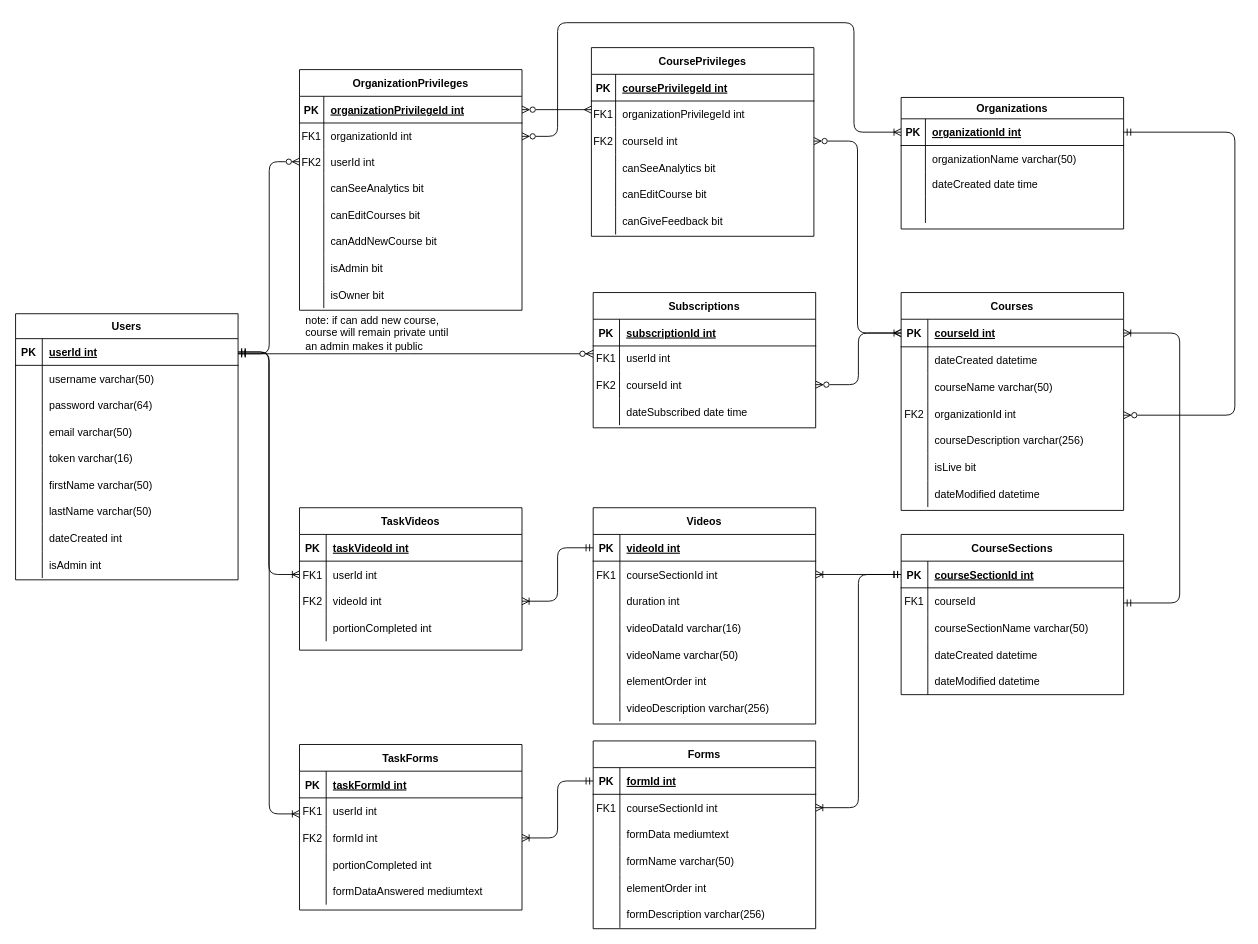
Earlier version of the draw.io diagram docs/MOOC.drawio (Chai112/MOOC). Source tidied: cells renumbered, new cells numbered last; positions are measured from the earlier drawing's top-left corner, leaving out a move shared by most shapes. Both pictures are drawn from the tidied source at 89%, with x=0, y=0 at pixel (15, 22).
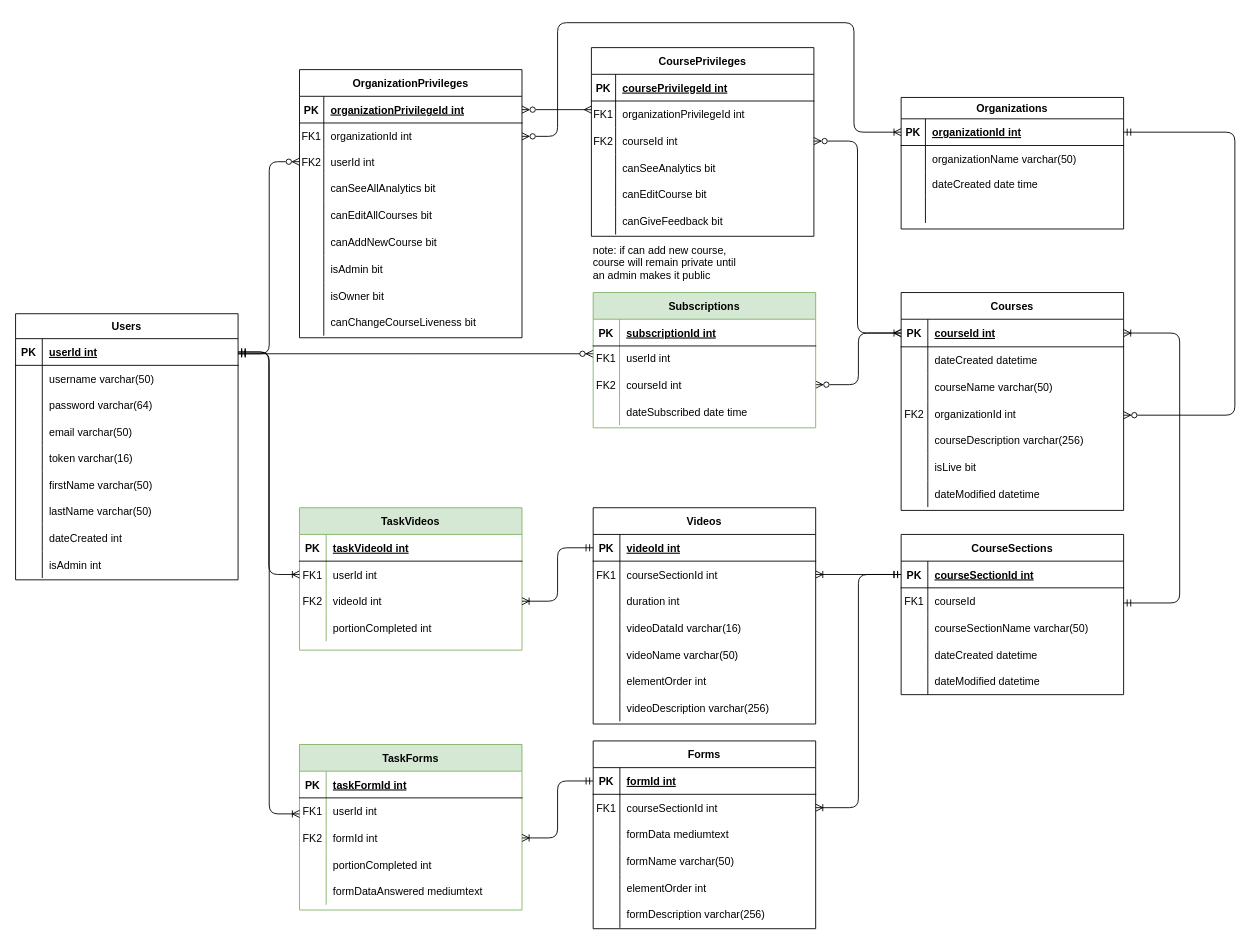
The same diagram, later.

The change refers to these unchanged cells:
```xml
<mxCell id="184" style="shape=partialRectangle;fillColor=none;top=0;left=0;right=0;bottom=0;" parent="174" vertex="1">
  <mxGeometry y="117" width="250" height="31" as="geometry" />
</mxCell>
```

The edit, as a diff of the source:
```diff
@@
-    <mxCell id="4" value="Subscriptions" style="shape=table;startSize=30;childLayout=tableLayout;rowLines=0;fontStyle=1;align=center;" parent="1" vertex="1">
+    <mxCell id="4" value="Subscriptions" style="shape=table;startSize=30;childLayout=tableLayout;rowLines=0;fontStyle=1;align=center;fillColor=#d5e8d4;strokeColor=#82b366;" parent="1" vertex="1">
       <mxGeometry x="649" y="303.2" width="250" height="152" as="geometry" />
     </mxCell>
@@
-    <mxCell id="127" value="TaskVideos" style="shape=table;startSize=30;childLayout=tableLayout;rowLines=0;fontStyle=1;align=center;" parent="1" vertex="1">
+    <mxCell id="127" value="TaskVideos" style="shape=table;startSize=30;childLayout=tableLayout;rowLines=0;fontStyle=1;align=center;fillColor=#d5e8d4;strokeColor=#82b366;" parent="1" vertex="1">
       <mxGeometry x="319" y="545" width="250" height="160" as="geometry" />
     </mxCell>
@@
-    <mxCell id="142" value="TaskForms" style="shape=table;startSize=30;childLayout=tableLayout;rowLines=0;fontStyle=1;align=center;" parent="1" vertex="1">
+    <mxCell id="142" value="TaskForms" style="shape=table;startSize=30;childLayout=tableLayout;rowLines=0;fontStyle=1;align=center;fillColor=#d5e8d4;strokeColor=#82b366;" parent="1" vertex="1">
       <mxGeometry x="319" y="811" width="250" height="186" as="geometry" />
     </mxCell>
@@
     <mxCell id="174" value="OrganizationPrivileges" style="shape=table;startSize=30;childLayout=tableLayout;rowLines=0;fontStyle=1;align=center;" parent="1" vertex="1">
-      <mxGeometry x="319" y="52.7" width="250" height="270.4" as="geometry" />
+      <mxGeometry x="319" y="52.7" width="250" height="301.3" as="geometry" />
     </mxCell>
@@
-    <mxCell id="186" value="canSeeAnalytics bit" style="shape=partialRectangle;overflow=hidden;fillColor=none;top=0;left=0;bottom=0;right=0;align=left;spacingLeft=6;" parent="184" vertex="1">
+    <mxCell id="186" value="canSeeAllAnalytics bit" style="shape=partialRectangle;overflow=hidden;fillColor=none;top=0;left=0;bottom=0;right=0;align=left;spacingLeft=6;" parent="184" vertex="1">
       <mxGeometry x="27.3" width="222.7" height="31" as="geometry" />
     </mxCell>
     <mxCell id="187" style="shape=partialRectangle;fillColor=none;top=0;left=0;right=0;bottom=0;" parent="174" vertex="1">
-      <mxGeometry y="148" width="250" height="30" as="geometry" />
+      <mxGeometry y="148" width="250" height="31" as="geometry" />
     </mxCell>
     <mxCell id="188" style="shape=partialRectangle;overflow=hidden;fillColor=none;top=0;left=0;bottom=0;right=0;" parent="187" vertex="1">
-      <mxGeometry width="27.3" height="30" as="geometry" />
+      <mxGeometry width="27.3" height="31" as="geometry" />
     </mxCell>
-    <mxCell id="189" value="canEditCourses bit" style="shape=partialRectangle;overflow=hidden;fillColor=none;top=0;left=0;bottom=0;right=0;align=left;spacingLeft=6;" parent="187" vertex="1">
-      <mxGeometry x="27.3" width="222.7" height="30" as="geometry" />
+    <mxCell id="189" value="canEditAllCourses bit" style="shape=partialRectangle;overflow=hidden;fillColor=none;top=0;left=0;bottom=0;right=0;align=left;spacingLeft=6;" parent="187" vertex="1">
+      <mxGeometry x="27.3" width="222.7" height="31" as="geometry" />
     </mxCell>
     <mxCell id="190" style="shape=partialRectangle;fillColor=none;top=0;left=0;right=0;bottom=0;" parent="174" vertex="1">
-      <mxGeometry y="178" width="250" height="30" as="geometry" />
+      <mxGeometry y="179" width="250" height="30" as="geometry" />
     </mxCell>
@@
     <mxCell id="193" style="shape=partialRectangle;fillColor=none;top=0;left=0;right=0;bottom=0;" parent="174" vertex="1">
-      <mxGeometry y="208" width="250" height="30" as="geometry" />
+      <mxGeometry y="209" width="250" height="30" as="geometry" />
     </mxCell>
@@
     <mxCell id="196" style="shape=partialRectangle;fillColor=none;top=0;left=0;right=0;bottom=0;" parent="174" vertex="1">
-      <mxGeometry y="238" width="250" height="30" as="geometry" />
+      <mxGeometry y="239" width="250" height="30" as="geometry" />
     </mxCell>
@@
+    <mxCell id="223" style="shape=partialRectangle;fillColor=none;top=0;left=0;right=0;bottom=0;" parent="174" vertex="1">
+      <mxGeometry y="269" width="250" height="30" as="geometry" />
+    </mxCell>
+    <mxCell id="224" style="shape=partialRectangle;overflow=hidden;fillColor=none;top=0;left=0;bottom=0;right=0;" parent="223" vertex="1">
+      <mxGeometry width="27.3" height="30" as="geometry" />
+    </mxCell>
+    <mxCell id="225" value="canChangeCourseLiveness bit" style="shape=partialRectangle;overflow=hidden;fillColor=none;top=0;left=0;bottom=0;right=0;align=left;spacingLeft=6;" parent="223" vertex="1">
+      <mxGeometry x="27.3" width="222.7" height="30" as="geometry" />
+    </mxCell>
@@
     <mxCell id="222" value="note: if can add new course, course will remain private until an admin makes it public" style="text;html=1;strokeColor=none;fillColor=none;align=left;verticalAlign=middle;whiteSpace=wrap;rounded=0;" parent="1" vertex="1">
-      <mxGeometry x="324" y="311" width="171" height="76" as="geometry" />
+      <mxGeometry x="647" y="231.8" width="171" height="76" as="geometry" />
     </mxCell>
```
